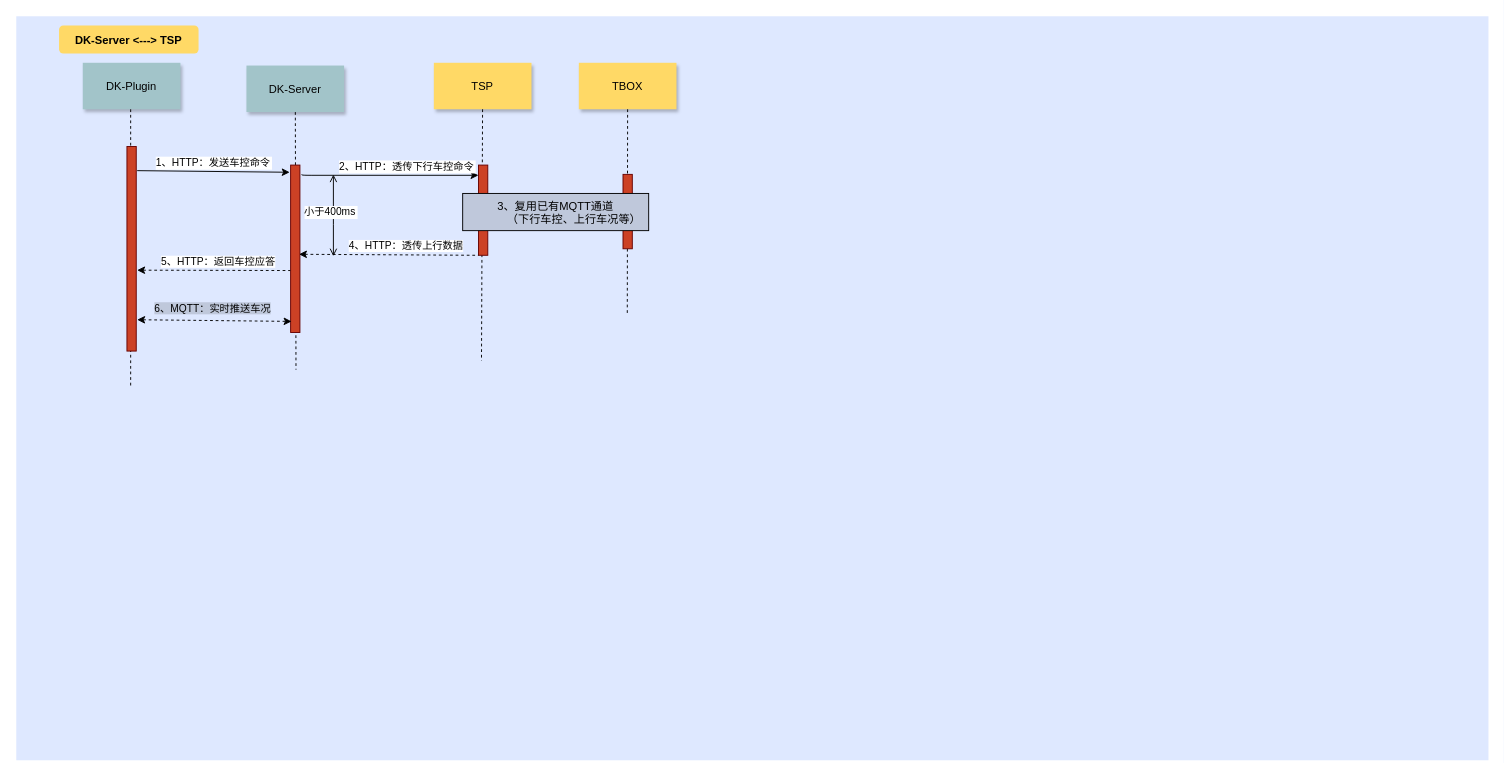
jianguocong/chart keeps this draw.io diagram as A02-Dk-Tsp.drawio. Above is the earlier version. Source tidied: cells renumbered, new cells numbered last; positions are measured from the earlier drawing's top-left corner, leaving out a move shared by most shapes. Both pictures are drawn from the tidied source at 93%, with x=0, y=0 at pixel (16, 16).
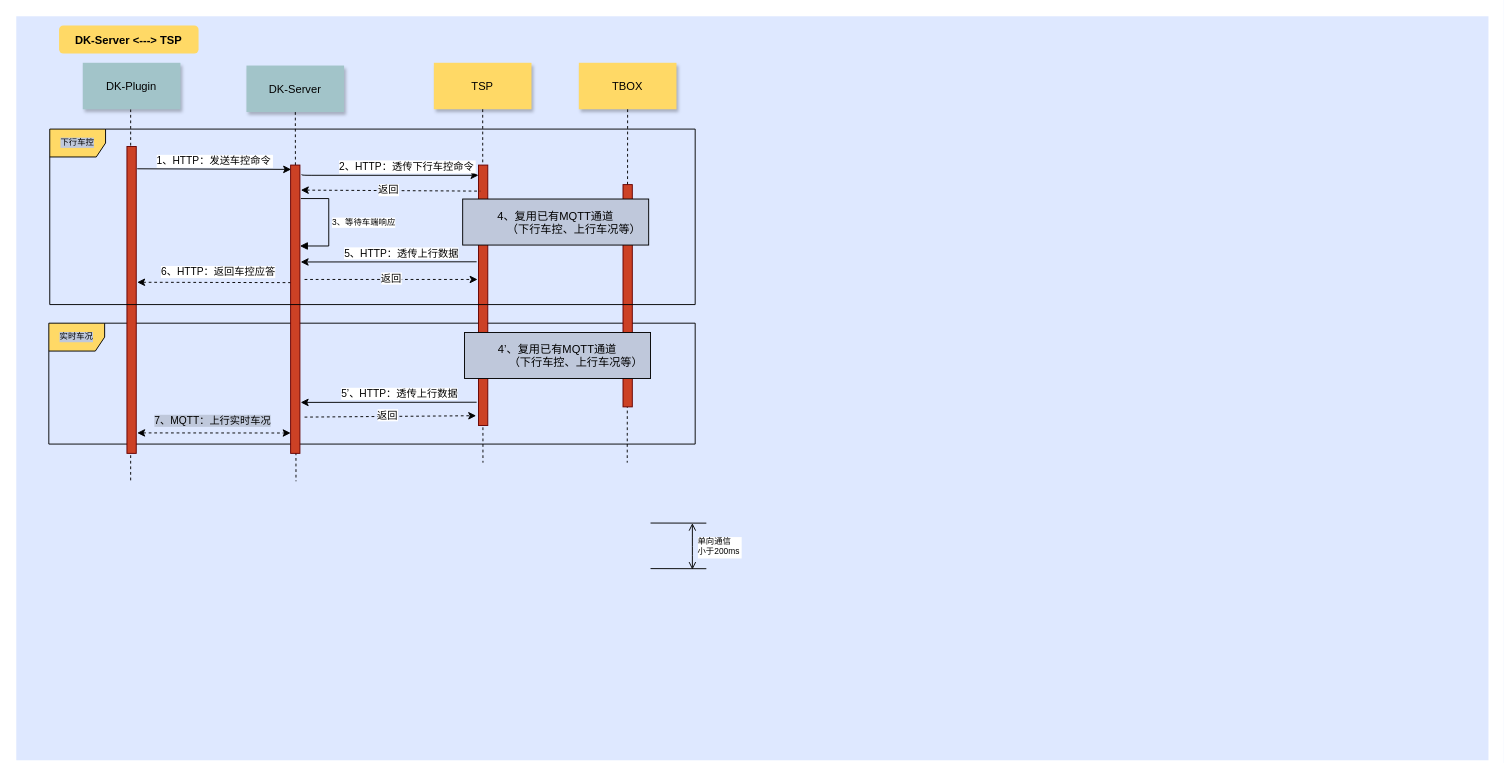
After the change.

The change refers to these unchanged cells:
```xml
<mxCell id="2" style="fillColor=#DEE8FF;strokeColor=none;" parent="1" vertex="1">
  <mxGeometry width="1583" height="800" as="geometry" />
</mxCell>
<mxCell id="4" value="DK-Server" style="shadow=1;fillColor=#A2C4C9;strokeColor=none;" parent="1" vertex="1">
  <mxGeometry x="247.5" y="53" width="105" height="50" as="geometry" />
</mxCell>
<mxCell id="12" value="TSP" style="shadow=1;fillColor=#FFD966;strokeColor=none;" parent="1" vertex="1">
  <mxGeometry x="449" y="50" width="105" height="50" as="geometry" />
</mxCell>
<mxCell id="15" value="TBOX" style="shadow=1;fillColor=#FFD966;strokeColor=none;" parent="1" vertex="1">
  <mxGeometry x="604.9" y="50" width="105" height="50" as="geometry" />
</mxCell>
```

The edit, as a diff of the source:
```diff
@@
-    <mxCell id="3" value="DK-Plugin" style="shadow=1;fillColor=#A2C4C9;strokeColor=none;" parent="1" vertex="1">
-      <mxGeometry x="71.5" y="50" width="105" height="50" as="geometry" />
-    </mxCell>
+    <mxCell id="26" value="实时车况" style="shape=umlFrame;whiteSpace=wrap;html=1;labelBackgroundColor=#BFC8DB;fontSize=9;fillColor=#FFD966;" parent="1" vertex="1">
+      <mxGeometry x="35" y="330" width="695" height="130" as="geometry" />
+    </mxCell>
@@
-    <mxCell id="5" style="edgeStyle=none;endArrow=none;dashed=1;entryX=0.19;entryY=0.475;entryDx=0;entryDy=0;entryPerimeter=0;" parent="1" edge="1" source="4" target="2">
+    <mxCell id="5" style="edgeStyle=none;endArrow=none;dashed=1;entryX=0.19;entryY=0.625;entryDx=0;entryDy=0;entryPerimeter=0;" parent="1" edge="1" source="4" target="2">
       <mxGeometry x="224.8" y="168" as="geometry" />
     </mxCell>
     <mxCell id="6" style="fillColor=#CC4125;strokeColor=#660000;" parent="1" vertex="1">
-      <mxGeometry x="295" y="160" width="10" height="180" as="geometry" />
+      <mxGeometry x="295" y="160" width="10" height="310" as="geometry" />
     </mxCell>
-    <mxCell id="7" value="1、HTTP：发送车控命令" style="edgeStyle=none;verticalLabelPosition=top;verticalAlign=bottom;entryX=-0.1;entryY=0.043;entryDx=0;entryDy=0;entryPerimeter=0;" parent="1" edge="1" target="6">
+    <mxCell id="7" value="1、HTTP：发送车控命令" style="edgeStyle=none;verticalLabelPosition=top;verticalAlign=bottom;entryX=0.05;entryY=0.015;entryDx=0;entryDy=0;entryPerimeter=0;" parent="1" edge="1" target="6">
       <mxGeometry x="220" y="92" as="geometry">
-        <mxPoint x="130" y="166" as="sourcePoint" />
+        <mxPoint x="130" y="164" as="sourcePoint" />
       </mxGeometry>
     </mxCell>
-    <mxCell id="8" style="edgeStyle=elbowEdgeStyle;elbow=horizontal;endArrow=none;dashed=1;entryX=0.078;entryY=0.5;entryDx=0;entryDy=0;entryPerimeter=0;" parent="1" edge="1" source="3" target="2">
+    <mxCell id="8" style="edgeStyle=elbowEdgeStyle;elbow=horizontal;endArrow=none;dashed=1;entryX=0.078;entryY=0.625;entryDx=0;entryDy=0;entryPerimeter=0;" parent="1" edge="1" source="3" target="2">
       <mxGeometry x="230" y="310" as="geometry" />
     </mxCell>
-    <mxCell id="9" style="edgeStyle=none;verticalLabelPosition=top;verticalAlign=bottom;endArrow=classic;startArrow=classic;dashed=1;entryX=0.1;entryY=0.915;entryDx=0;entryDy=0;entryPerimeter=0;exitX=1.1;exitY=0.813;exitDx=0;exitDy=0;exitPerimeter=0;endFill=1;" parent="1" edge="1">
-      <mxGeometry x="220" y="212.3" as="geometry">
-        <mxPoint x="130" y="326.3" as="sourcePoint" />
-        <mxPoint x="296" y="328.1" as="targetPoint" />
+    <mxCell id="9" style="edgeStyle=none;verticalLabelPosition=top;verticalAlign=bottom;endArrow=classic;startArrow=classic;dashed=1;entryX=0.1;entryY=0.915;entryDx=0;entryDy=0;entryPerimeter=0;endFill=1;" parent="1" edge="1">
+      <mxGeometry x="219" y="332.3" as="geometry">
+        <mxPoint x="130" y="448" as="sourcePoint" />
+        <mxPoint x="295" y="448.1" as="targetPoint" />
       </mxGeometry>
     </mxCell>
-    <mxCell id="10" value="6、MQTT：实时推送车况" style="edgeLabel;html=1;align=center;verticalAlign=middle;labelBackgroundColor=#BFC8DB;" parent="9" vertex="1">
+    <mxCell id="10" value="7、MQTT：上行实时车况" style="edgeLabel;html=1;align=center;verticalAlign=middle;labelBackgroundColor=#BFC8DB;" parent="9" vertex="1">
       <mxGeometry relative="1" as="geometry">
         <mxPoint x="-2" y="-14" as="offset" />
       </mxGeometry>
     </mxCell>
     <mxCell id="11" style="fillColor=#CC4125;strokeColor=#660000;" parent="1" vertex="1">
-      <mxGeometry x="119" y="140" width="10" height="220" as="geometry" />
+      <mxGeometry x="119" y="140" width="10" height="330" as="geometry" />
     </mxCell>
@@
-    <mxCell id="13" style="edgeStyle=none;endArrow=none;dashed=1;entryX=0.316;entryY=0.463;entryDx=0;entryDy=0;entryPerimeter=0;" parent="1" edge="1" source="12" target="2">
+    <mxCell id="13" style="edgeStyle=none;endArrow=none;dashed=1;entryX=0.317;entryY=0.6;entryDx=0;entryDy=0;entryPerimeter=0;" parent="1" edge="1" source="12" target="2">
       <mxGeometry x="614.5" y="175" as="geometry" />
     </mxCell>
     <mxCell id="14" style="fillColor=#CC4125;strokeColor=#660000;" parent="1" vertex="1">
-      <mxGeometry x="497" y="160" width="10" height="97" as="geometry" />
+      <mxGeometry x="497" y="160" width="10" height="280" as="geometry" />
     </mxCell>
@@
-    <mxCell id="18" value="小于400ms" style="edgeStyle=elbowEdgeStyle;elbow=horizontal;startArrow=open;endArrow=open;labelPosition=left;align=right;" parent="1" edge="1">
-      <mxGeometry x="-13" as="geometry">
-        <mxPoint x="341" y="170.2" as="sourcePoint" />
-        <mxPoint x="341" y="258" as="targetPoint" />
-        <mxPoint x="26" y="-4" as="offset" />
-      </mxGeometry>
-    </mxCell>
-    <mxCell id="19" style="edgeStyle=none;verticalLabelPosition=top;verticalAlign=bottom;endArrow=none;startArrow=classic;dashed=1;entryX=0;entryY=1;entryDx=0;entryDy=0;exitX=0.9;exitY=0.533;exitDx=0;exitDy=0;exitPerimeter=0;" parent="1" edge="1" source="6" target="14">
-      <mxGeometry x="377" y="166.5" as="geometry" />
+    <mxCell id="19" style="edgeStyle=none;verticalLabelPosition=top;verticalAlign=bottom;endArrow=none;startArrow=classic;entryX=0;entryY=1;entryDx=0;entryDy=0;exitX=0.975;exitY=0.54;exitDx=0;exitDy=0;exitPerimeter=0;" parent="1" edge="1">
+      <mxGeometry x="375" y="173.5" as="geometry">
+        <mxPoint x="305.8" y="264.2" as="sourcePoint" />
+        <mxPoint x="495" y="264" as="targetPoint" />
+      </mxGeometry>
     </mxCell>
-    <mxCell id="20" value="4、HTTP：透传上行数据" style="edgeLabel;html=1;align=center;verticalAlign=middle;" parent="19" vertex="1">
+    <mxCell id="20" value="5、HTTP：透传上行数据" style="edgeLabel;html=1;align=center;verticalAlign=middle;" parent="19" vertex="1">
       <mxGeometry relative="1" as="geometry">
-        <mxPoint x="18" y="-10" as="offset" />
+        <mxPoint x="13" y="-10" as="offset" />
       </mxGeometry>
     </mxCell>
-    <mxCell id="21" style="edgeStyle=none;endArrow=none;dashed=1;" parent="1" edge="1" source="15">
-      <mxGeometry x="582.2" y="165" as="geometry">
-        <mxPoint x="657" y="320" as="targetPoint" />
-      </mxGeometry>
+    <mxCell id="21" style="edgeStyle=none;endArrow=none;dashed=1;entryX=0.415;entryY=0.6;entryDx=0;entryDy=0;entryPerimeter=0;" parent="1" edge="1" source="15" target="2">
+      <mxGeometry x="582.2" y="165" as="geometry" />
     </mxCell>
     <mxCell id="22" style="fillColor=#CC4125;strokeColor=#660000;" parent="1" vertex="1">
-      <mxGeometry x="652.4" y="170" width="10" height="80" as="geometry" />
+      <mxGeometry x="652.4" y="181" width="10" height="239" as="geometry" />
     </mxCell>
-    <mxCell id="23" value="3、复用已有MQTT通道&#10;            （下行车控、上行车况等）" style="fillColor=#BFC8DB;" parent="1" vertex="1">
-      <mxGeometry x="480" y="190.5" width="200" height="40" as="geometry" />
-    </mxCell>
-    <mxCell id="24" style="edgeStyle=none;verticalLabelPosition=top;verticalAlign=bottom;endArrow=none;startArrow=classic;dashed=1;entryX=-0.033;entryY=0.63;entryDx=0;entryDy=0;entryPerimeter=0;" parent="1" edge="1" target="6">
-      <mxGeometry x="200.7" y="176.5" as="geometry">
-        <mxPoint x="130" y="273" as="sourcePoint" />
+    <mxCell id="24" style="edgeStyle=none;verticalLabelPosition=top;verticalAlign=bottom;endArrow=none;startArrow=classic;dashed=1;entryX=-0.033;entryY=0.63;entryDx=0;entryDy=0;entryPerimeter=0;" parent="1" edge="1">
+      <mxGeometry x="200.7" y="189.5" as="geometry">
+        <mxPoint x="130" y="286" as="sourcePoint" />
+        <mxPoint x="294.7" y="286.4" as="targetPoint" />
       </mxGeometry>
     </mxCell>
-    <mxCell id="25" value="5、HTTP：返回车控应答" style="edgeLabel;html=1;align=center;verticalAlign=middle;" parent="24" vertex="1">
+    <mxCell id="25" value="6、HTTP：返回车控应答" style="edgeLabel;html=1;align=center;verticalAlign=middle;" parent="24" vertex="1">
       <mxGeometry relative="1" as="geometry">
-        <mxPoint x="5" y="-10" as="offset" />
+        <mxPoint x="5" y="-12" as="offset" />
       </mxGeometry>
     </mxCell>
+    <mxCell id="27" style="edgeStyle=none;verticalLabelPosition=top;verticalAlign=bottom;endArrow=none;startArrow=classic;dashed=1;entryX=0;entryY=1;entryDx=0;entryDy=0;exitX=0.9;exitY=0.533;exitDx=0;exitDy=0;exitPerimeter=0;" parent="1" edge="1">
+      <mxGeometry x="379" y="97.5" as="geometry">
+        <mxPoint x="306" y="186.9" as="sourcePoint" />
+        <mxPoint x="499" y="188" as="targetPoint" />
+      </mxGeometry>
+    </mxCell>
+    <mxCell id="28" value="返回" style="edgeLabel;html=1;align=center;verticalAlign=middle;" parent="27" vertex="1">
+      <mxGeometry relative="1" as="geometry">
+        <mxPoint x="-3" y="-1" as="offset" />
+      </mxGeometry>
+    </mxCell>
+    <mxCell id="29" style="edgeStyle=none;verticalLabelPosition=top;verticalAlign=bottom;endArrow=classic;startArrow=none;dashed=1;entryX=0;entryY=1;entryDx=0;entryDy=0;endFill=1;startFill=0;" parent="1" edge="1">
+      <mxGeometry x="376" y="192.5" as="geometry">
+        <mxPoint x="310" y="283" as="sourcePoint" />
+        <mxPoint x="496" y="283" as="targetPoint" />
+      </mxGeometry>
+    </mxCell>
+    <mxCell id="30" value="返回" style="edgeLabel;html=1;align=center;verticalAlign=middle;" parent="29" vertex="1">
+      <mxGeometry relative="1" as="geometry">
+        <mxPoint x="-1" y="-2" as="offset" />
+      </mxGeometry>
+    </mxCell>
+    <mxCell id="31" value="3、等待车端响应" style="edgeStyle=orthogonalEdgeStyle;html=1;align=left;spacingLeft=2;endArrow=block;rounded=0;entryX=1;entryY=0.5;fontSize=9;entryDx=0;entryDy=0;" parent="1" edge="1">
+      <mxGeometry relative="1" as="geometry">
+        <mxPoint x="306" y="196" as="sourcePoint" />
+        <mxPoint x="305" y="247" as="targetPoint" />
+        <Array as="points">
+          <mxPoint x="336" y="196" />
+          <mxPoint x="336" y="247" />
+        </Array>
+      </mxGeometry>
+    </mxCell>
+    <mxCell id="32" style="edgeStyle=none;verticalLabelPosition=top;verticalAlign=bottom;endArrow=none;startArrow=classic;entryX=0;entryY=1;entryDx=0;entryDy=0;exitX=0.975;exitY=0.54;exitDx=0;exitDy=0;exitPerimeter=0;" parent="1" edge="1">
+      <mxGeometry x="375" y="324.5" as="geometry">
+        <mxPoint x="305.8" y="415.2" as="sourcePoint" />
+        <mxPoint x="495" y="415" as="targetPoint" />
+      </mxGeometry>
+    </mxCell>
+    <mxCell id="33" value="5’、HTTP：透传上行数据" style="edgeLabel;html=1;align=center;verticalAlign=middle;" parent="32" vertex="1">
+      <mxGeometry relative="1" as="geometry">
+        <mxPoint x="11" y="-10" as="offset" />
+      </mxGeometry>
+    </mxCell>
+    <mxCell id="34" style="edgeStyle=none;verticalLabelPosition=top;verticalAlign=bottom;endArrow=classic;startArrow=none;dashed=1;entryX=-0.25;entryY=0.95;entryDx=0;entryDy=0;endFill=1;startFill=0;entryPerimeter=0;" parent="1" edge="1">
+      <mxGeometry x="381" y="337.5" as="geometry">
+        <mxPoint x="310" y="431" as="sourcePoint" />
+        <mxPoint x="494.5" y="429.5" as="targetPoint" />
+      </mxGeometry>
+    </mxCell>
+    <mxCell id="35" value="返回" style="edgeLabel;html=1;align=center;verticalAlign=middle;" parent="34" vertex="1">
+      <mxGeometry relative="1" as="geometry">
+        <mxPoint x="-3" y="-2" as="offset" />
+      </mxGeometry>
+    </mxCell>
+    <mxCell id="3" value="DK-Plugin" style="shadow=1;fillColor=#A2C4C9;strokeColor=none;" parent="1" vertex="1">
+      <mxGeometry x="71.5" y="50" width="105" height="50" as="geometry" />
+    </mxCell>
+    <mxCell id="36" value="4’、复用已有MQTT通道&#10;            （下行车控、上行车况等）" style="fillColor=#BFC8DB;" parent="1" vertex="1">
+      <mxGeometry x="482" y="340" width="200" height="49.5" as="geometry" />
+    </mxCell>
+    <mxCell id="37" value="单向通信&#10;小于200ms" style="edgeStyle=elbowEdgeStyle;elbow=horizontal;startArrow=open;endArrow=open;labelPosition=left;align=left;fontSize=9;" parent="1" edge="1">
+      <mxGeometry x="-29" y="223.7" as="geometry">
+        <mxPoint x="727" y="545" as="sourcePoint" />
+        <mxPoint x="727" y="595" as="targetPoint" />
+        <mxPoint x="4" as="offset" />
+      </mxGeometry>
+    </mxCell>
+    <mxCell id="38" style="edgeStyle=none;verticalLabelPosition=top;verticalAlign=bottom;endArrow=none;startArrow=none;exitX=0.9;exitY=0.533;exitDx=0;exitDy=0;exitPerimeter=0;startFill=0;" parent="1" edge="1">
+      <mxGeometry x="725" y="324.2" as="geometry">
+        <mxPoint x="682" y="544.9" as="sourcePoint" />
+        <mxPoint x="742" y="545" as="targetPoint" />
+      </mxGeometry>
+    </mxCell>
+    <mxCell id="39" style="edgeStyle=none;verticalLabelPosition=top;verticalAlign=bottom;endArrow=none;startArrow=none;exitX=0.9;exitY=0.533;exitDx=0;exitDy=0;exitPerimeter=0;startFill=0;" parent="1" edge="1">
+      <mxGeometry x="725" y="373.2" as="geometry">
+        <mxPoint x="682" y="593.9" as="sourcePoint" />
+        <mxPoint x="742" y="594" as="targetPoint" />
+      </mxGeometry>
+    </mxCell>
+    <mxCell id="23" value="4、复用已有MQTT通道&#10;            （下行车控、上行车况等）" style="fillColor=#BFC8DB;" parent="1" vertex="1">
+      <mxGeometry x="480" y="196.5" width="200" height="49.5" as="geometry" />
+    </mxCell>
+    <mxCell id="40" value="下行车控" style="shape=umlFrame;whiteSpace=wrap;html=1;labelBackgroundColor=#BFC8DB;fontSize=9;fillColor=#FFD966;" parent="1" vertex="1">
+      <mxGeometry x="36" y="121.3" width="694" height="188.7" as="geometry" />
+    </mxCell>
```
